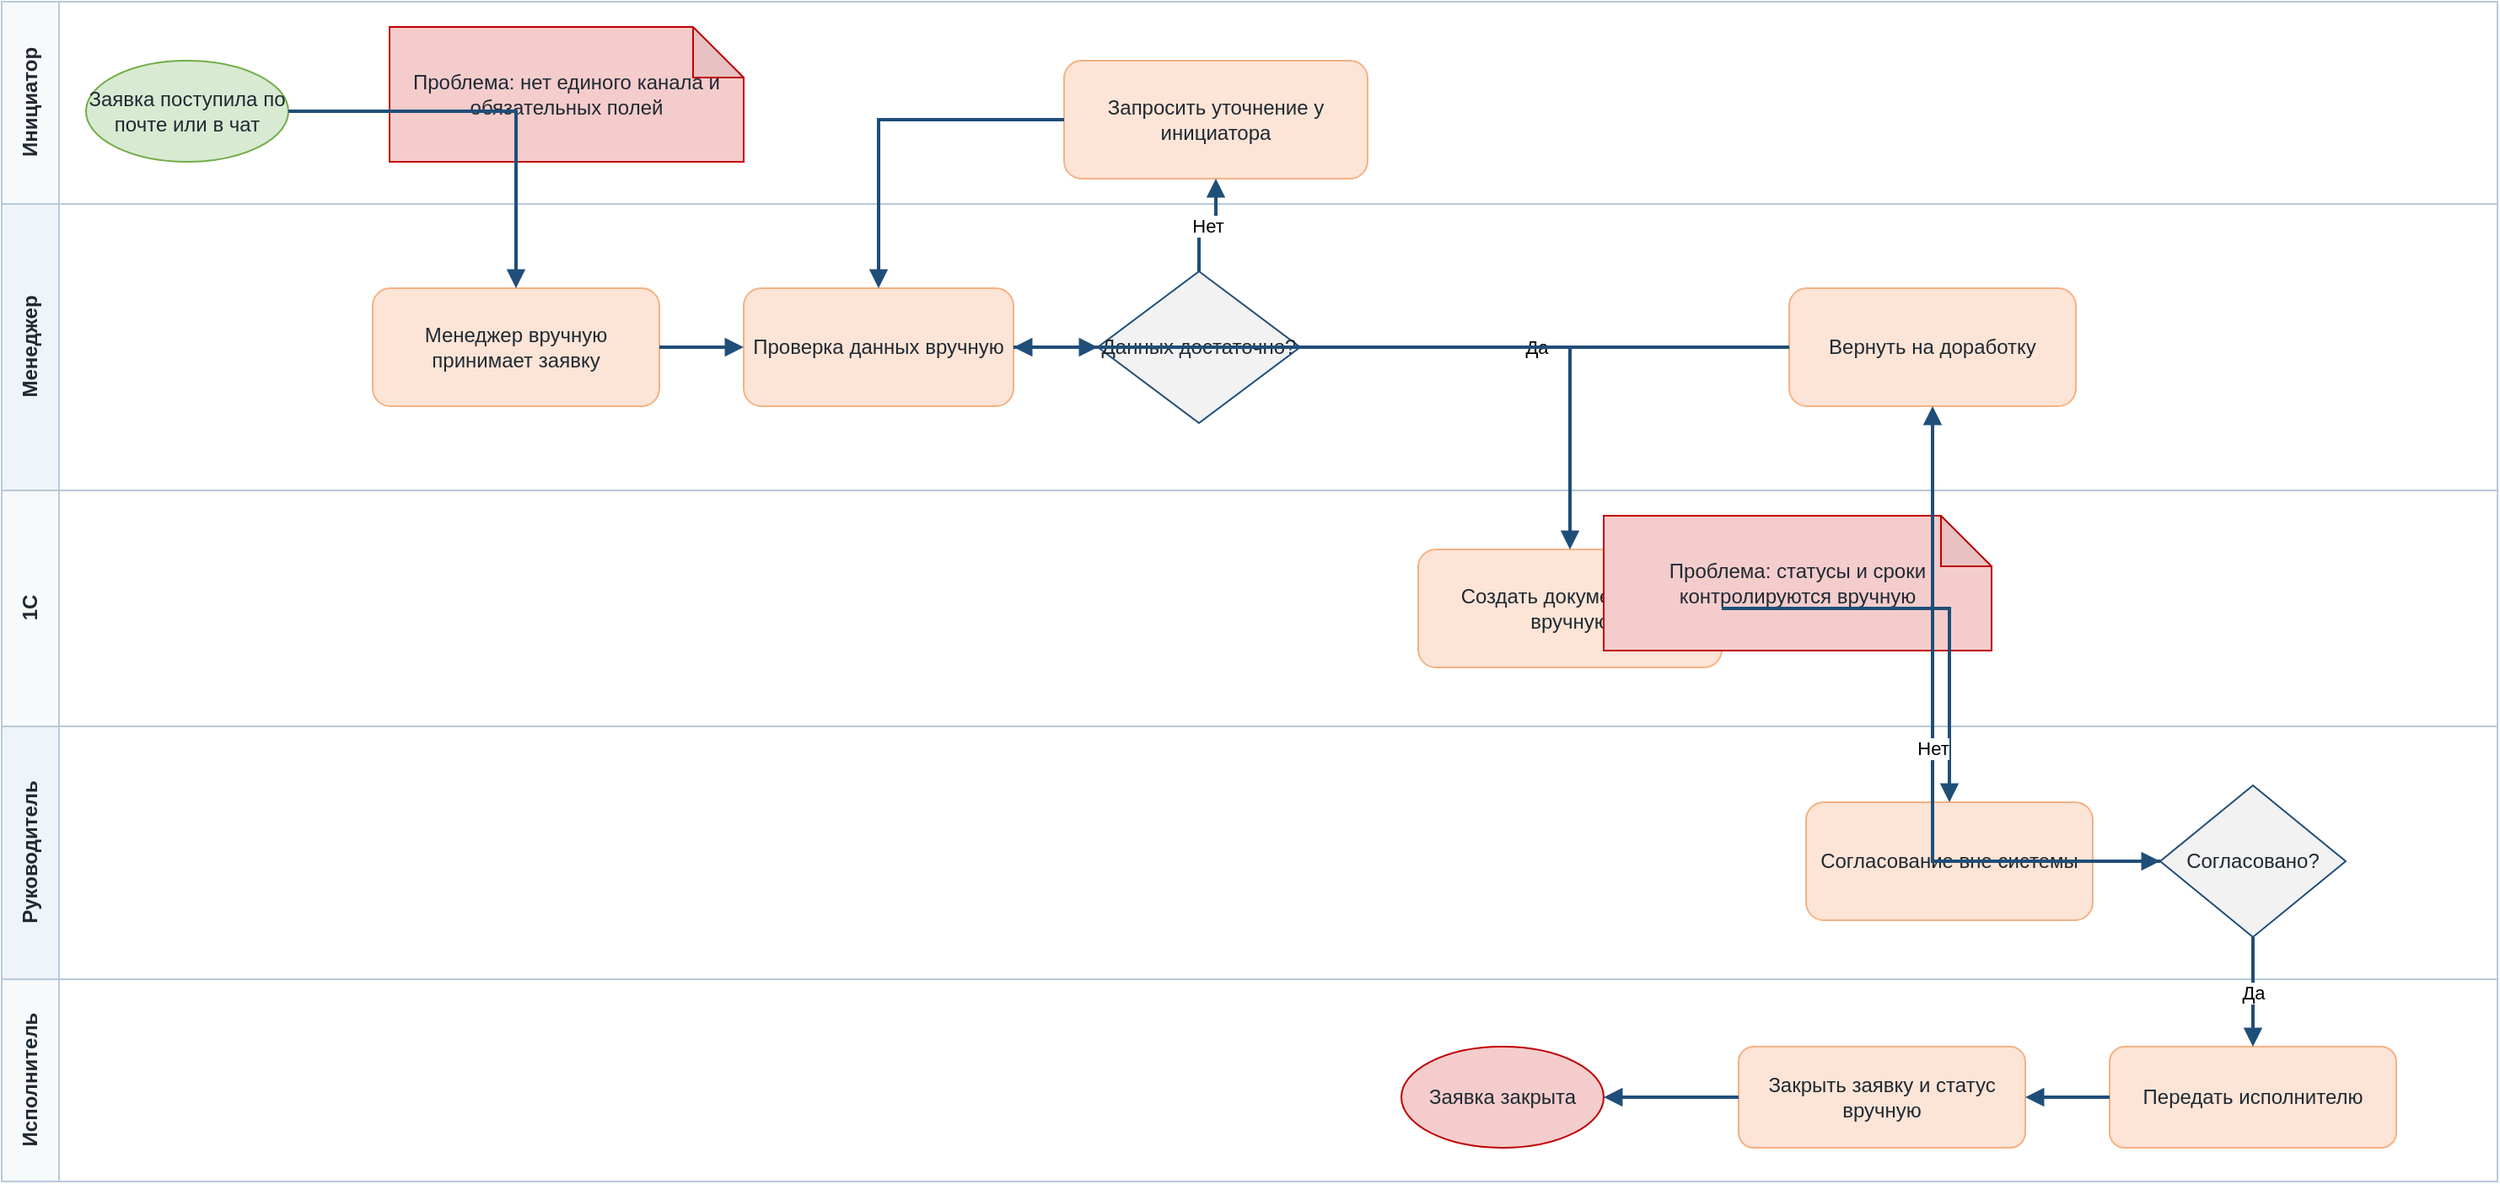
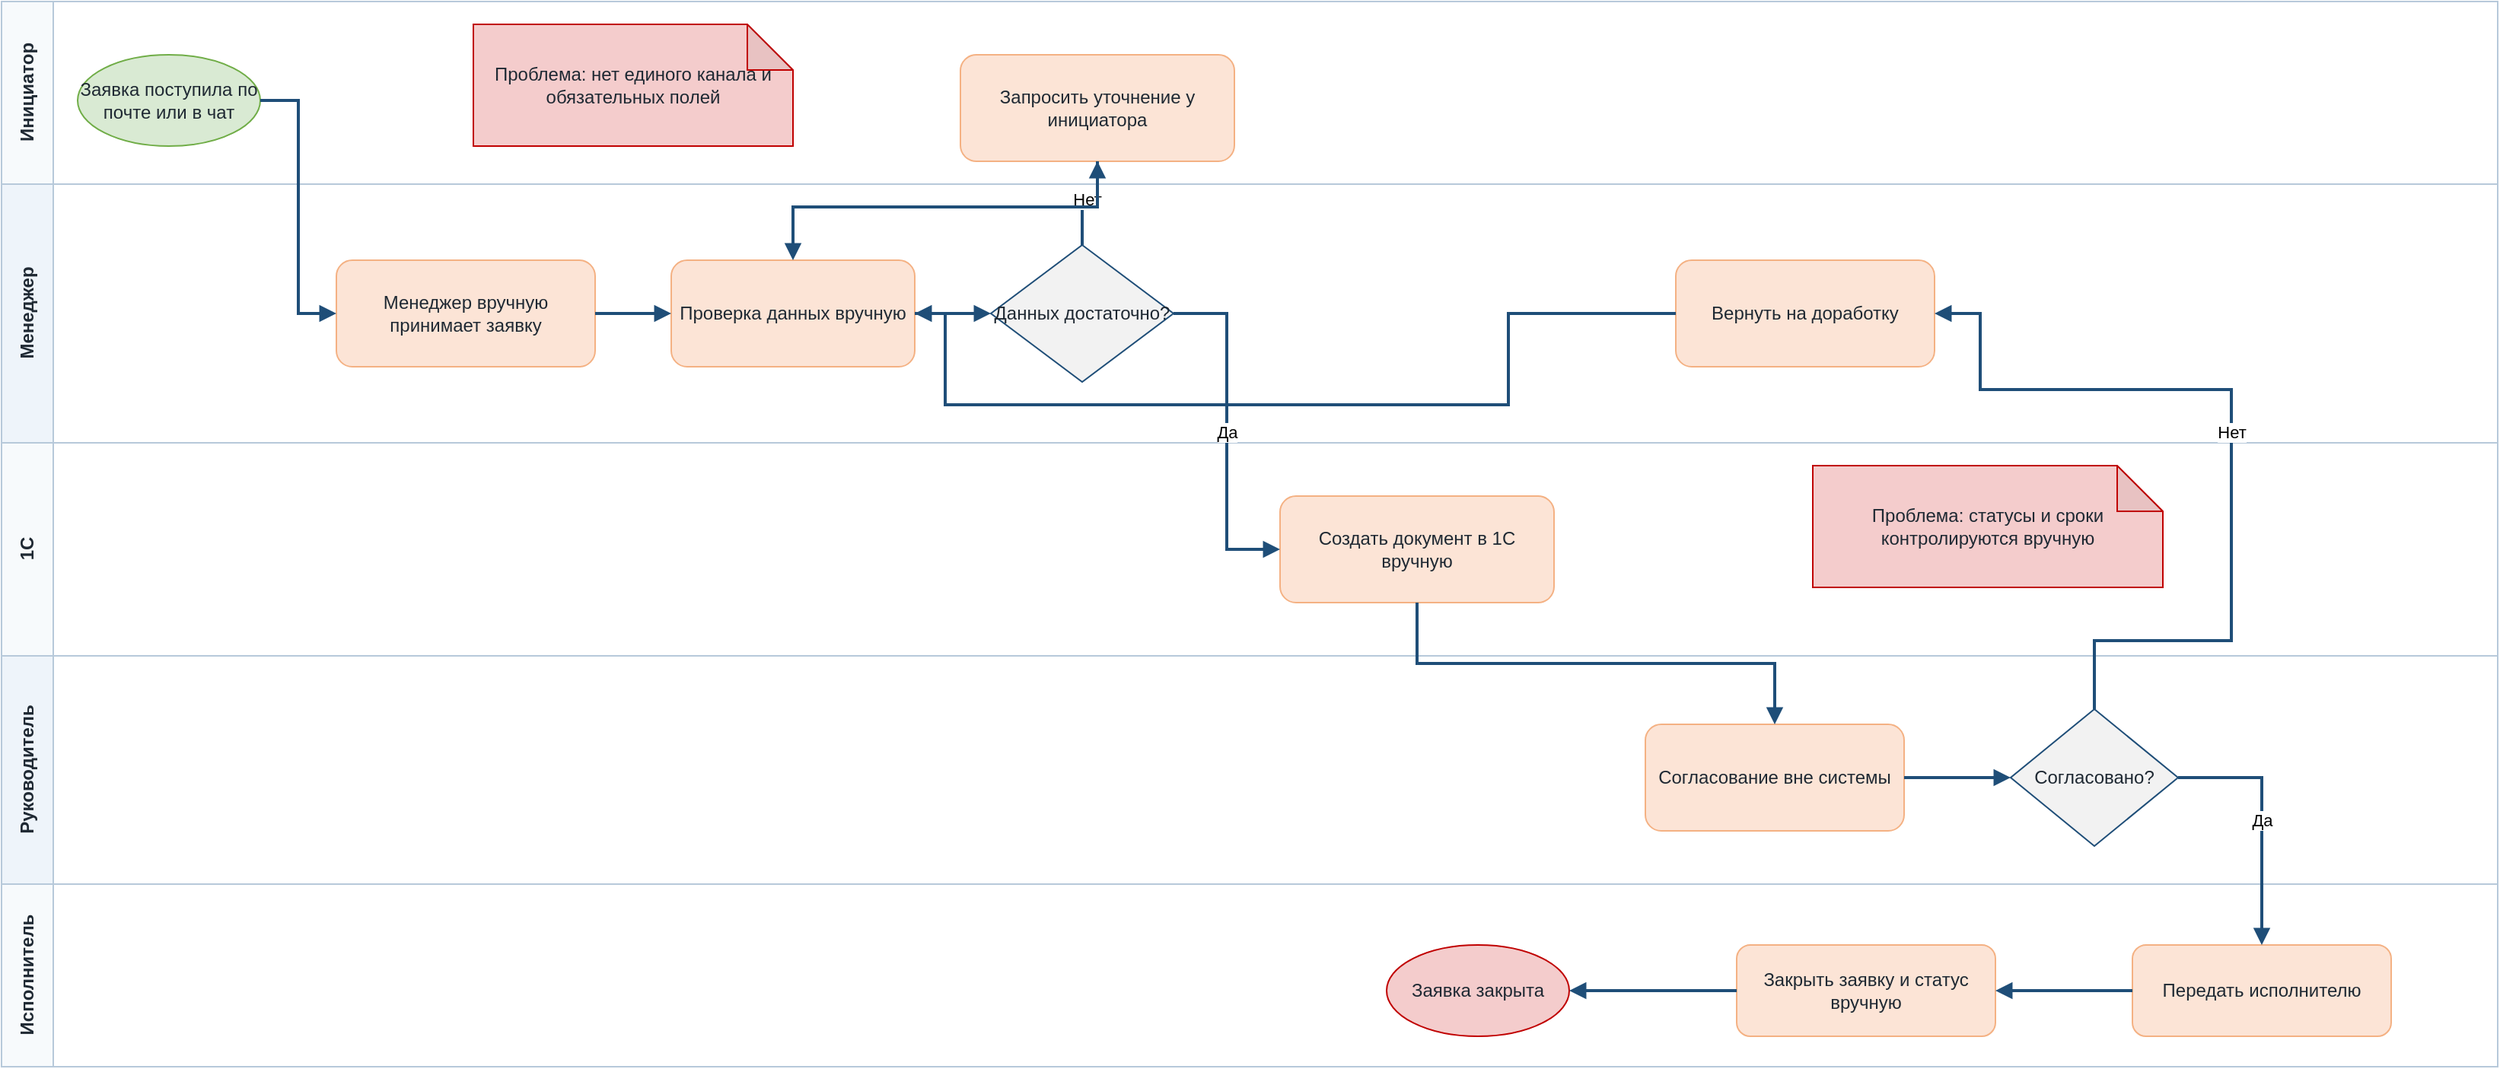
<?xml version="1.0" encoding="UTF-8"?>
<mxfile host="app.diagrams.net" modified="2026-06-25T00:00:00.000Z" agent="Codex" version="24.7.17" type="device">
  <diagram id="as-is-process" name="AS-IS process">
-     <mxGraphModel dx="1600" dy="900" grid="1" gridSize="10" guides="1" tooltips="1" connect="1" arrows="1" fold="1" page="1" pageScale="1" pageWidth="1520" pageHeight="820" math="0" shadow="0">
+     <mxGraphModel dx="1600" dy="900" grid="1" gridSize="10" guides="1" tooltips="1" connect="1" arrows="1" fold="1" page="1" pageScale="1" pageWidth="1680" pageHeight="820" math="0" shadow="0">
      <root>
        <mxCell id="0" />
        <mxCell id="1" parent="0" />
    <mxCell id="lane-client" value="Инициатор" style="swimlane;html=1;horizontal=0;startSize=34;fillColor=#F7FAFC;strokeColor=#B7C9DA;fontColor=#1F2933;fontStyle=1;" vertex="1" parent="1">
-       <mxGeometry x="20" y="80" width="1480" height="120" as="geometry" />
+       <mxGeometry x="20" y="80" width="1640" height="120" as="geometry" />
    </mxCell>
    <mxCell id="lane-manager" value="Менеджер" style="swimlane;html=1;horizontal=0;startSize=34;fillColor=#EEF4FA;strokeColor=#B7C9DA;fontColor=#1F2933;fontStyle=1;" vertex="1" parent="1">
-       <mxGeometry x="20" y="200" width="1480" height="170" as="geometry" />
+       <mxGeometry x="20" y="200" width="1640" height="170" as="geometry" />
    </mxCell>
    <mxCell id="lane-1c" value="1С" style="swimlane;html=1;horizontal=0;startSize=34;fillColor=#F7FAFC;strokeColor=#B7C9DA;fontColor=#1F2933;fontStyle=1;" vertex="1" parent="1">
-       <mxGeometry x="20" y="370" width="1480" height="140" as="geometry" />
+       <mxGeometry x="20" y="370" width="1640" height="140" as="geometry" />
    </mxCell>
    <mxCell id="lane-head" value="Руководитель" style="swimlane;html=1;horizontal=0;startSize=34;fillColor=#EEF4FA;strokeColor=#B7C9DA;fontColor=#1F2933;fontStyle=1;" vertex="1" parent="1">
-       <mxGeometry x="20" y="510" width="1480" height="150" as="geometry" />
+       <mxGeometry x="20" y="510" width="1640" height="150" as="geometry" />
    </mxCell>
    <mxCell id="lane-exec" value="Исполнитель" style="swimlane;html=1;horizontal=0;startSize=34;fillColor=#F7FAFC;strokeColor=#B7C9DA;fontColor=#1F2933;fontStyle=1;" vertex="1" parent="1">
-       <mxGeometry x="20" y="660" width="1480" height="120" as="geometry" />
+       <mxGeometry x="20" y="660" width="1640" height="120" as="geometry" />
    </mxCell>
    <mxCell id="as-start" value="Заявка поступила по почте или в чат" style="ellipse;whiteSpace=wrap;html=1;fillColor=#D9EAD3;strokeColor=#70AD47;fontColor=#1F2933;" vertex="1" parent="1">
      <mxGeometry x="70" y="115" width="120" height="60" as="geometry" />
    </mxCell>
    <mxCell id="as-receive" value="Менеджер вручную принимает заявку" style="rounded=1;whiteSpace=wrap;html=1;fillColor=#FCE4D6;strokeColor=#F4B183;fontColor=#1F2933;" vertex="1" parent="1">
      <mxGeometry x="240" y="250" width="170" height="70" as="geometry" />
    </mxCell>
    <mxCell id="as-check" value="Проверка данных вручную" style="rounded=1;whiteSpace=wrap;html=1;fillColor=#FCE4D6;strokeColor=#F4B183;fontColor=#1F2933;" vertex="1" parent="1">
      <mxGeometry x="460" y="250" width="160" height="70" as="geometry" />
    </mxCell>
    <mxCell id="as-gateway-data" value="Данных достаточно?" style="rhombus;whiteSpace=wrap;html=1;fillColor=#F2F2F2;strokeColor=#1F4E78;fontColor=#1F2933;" vertex="1" parent="1">
      <mxGeometry x="670" y="240" width="120" height="90" as="geometry" />
    </mxCell>
    <mxCell id="as-clarify" value="Запросить уточнение у инициатора" style="rounded=1;whiteSpace=wrap;html=1;fillColor=#FCE4D6;strokeColor=#F4B183;fontColor=#1F2933;" vertex="1" parent="1">
      <mxGeometry x="650" y="115" width="180" height="70" as="geometry" />
    </mxCell>
    <mxCell id="as-create-1c" value="Создать документ в 1С вручную" style="rounded=1;whiteSpace=wrap;html=1;fillColor=#FCE4D6;strokeColor=#F4B183;fontColor=#1F2933;" vertex="1" parent="1">
      <mxGeometry x="860" y="405" width="180" height="70" as="geometry" />
    </mxCell>
    <mxCell id="as-approve" value="Согласование вне системы" style="rounded=1;whiteSpace=wrap;html=1;fillColor=#FCE4D6;strokeColor=#F4B183;fontColor=#1F2933;" vertex="1" parent="1">
-       <mxGeometry x="1090" y="555" width="170" height="70" as="geometry" />
+       <mxGeometry x="1100" y="555" width="170" height="70" as="geometry" />
    </mxCell>
    <mxCell id="as-gateway-approve" value="Согласовано?" style="rhombus;whiteSpace=wrap;html=1;fillColor=#F2F2F2;strokeColor=#1F4E78;fontColor=#1F2933;" vertex="1" parent="1">
-       <mxGeometry x="1300" y="545" width="110" height="90" as="geometry" />
+       <mxGeometry x="1340" y="545" width="110" height="90" as="geometry" />
    </mxCell>
    <mxCell id="as-rework" value="Вернуть на доработку" style="rounded=1;whiteSpace=wrap;html=1;fillColor=#FCE4D6;strokeColor=#F4B183;fontColor=#1F2933;" vertex="1" parent="1">
-       <mxGeometry x="1080" y="250" width="170" height="70" as="geometry" />
+       <mxGeometry x="1120" y="250" width="170" height="70" as="geometry" />
    </mxCell>
    <mxCell id="as-execute" value="Передать исполнителю" style="rounded=1;whiteSpace=wrap;html=1;fillColor=#FCE4D6;strokeColor=#F4B183;fontColor=#1F2933;" vertex="1" parent="1">
-       <mxGeometry x="1270" y="700" width="170" height="60" as="geometry" />
+       <mxGeometry x="1420" y="700" width="170" height="60" as="geometry" />
    </mxCell>
    <mxCell id="as-close" value="Закрыть заявку и статус вручную" style="rounded=1;whiteSpace=wrap;html=1;fillColor=#FCE4D6;strokeColor=#F4B183;fontColor=#1F2933;" vertex="1" parent="1">
-       <mxGeometry x="1050" y="700" width="170" height="60" as="geometry" />
+       <mxGeometry x="1160" y="700" width="170" height="60" as="geometry" />
    </mxCell>
    <mxCell id="as-end" value="Заявка закрыта" style="ellipse;whiteSpace=wrap;html=1;fillColor=#F4CCCC;strokeColor=#C00000;fontColor=#1F2933;" vertex="1" parent="1">
-       <mxGeometry x="850" y="700" width="120" height="60" as="geometry" />
+       <mxGeometry x="930" y="700" width="120" height="60" as="geometry" />
    </mxCell>
    <mxCell id="as-note-1" value="Проблема: нет единого канала и обязательных полей" style="shape=note;whiteSpace=wrap;html=1;backgroundOutline=1;darkOpacity=0.05;fillColor=#F4CCCC;strokeColor=#C00000;fontColor=#1F2933;" vertex="1" parent="1">
-       <mxGeometry x="250" y="95" width="210" height="80" as="geometry" />
+       <mxGeometry x="330" y="95" width="210" height="80" as="geometry" />
    </mxCell>
    <mxCell id="as-note-2" value="Проблема: статусы и сроки контролируются вручную" style="shape=note;whiteSpace=wrap;html=1;backgroundOutline=1;darkOpacity=0.05;fillColor=#F4CCCC;strokeColor=#C00000;fontColor=#1F2933;" vertex="1" parent="1">
-       <mxGeometry x="970" y="385" width="230" height="80" as="geometry" />
+       <mxGeometry x="1210" y="385" width="230" height="80" as="geometry" />
    </mxCell>
-     <mxCell id="e1" value="" style="edgeStyle=orthogonalEdgeStyle;rounded=0;orthogonalLoop=1;jettySize=auto;html=1;strokeColor=#1F4E78;strokeWidth=2;endArrow=block;endFill=1;" edge="1" parent="1" source="as-start" target="as-receive">
-       <mxGeometry relative="1" as="geometry" />
+     <mxCell id="e1" value="" style="edgeStyle=orthogonalEdgeStyle;rounded=0;orthogonalLoop=1;jettySize=auto;html=1;exitX=1;exitY=0.5;entryX=0;entryY=0.5;strokeColor=#1F4E78;strokeWidth=2;endArrow=block;endFill=1;" edge="1" parent="1" source="as-start" target="as-receive">
+       <mxGeometry relative="1" as="geometry">
+         <Array as="points">
+           <mxPoint x="215" y="145" />
+           <mxPoint x="215" y="285" />
+         </Array>
+       </mxGeometry>
    </mxCell>
-     <mxCell id="e2" value="" style="edgeStyle=orthogonalEdgeStyle;rounded=0;orthogonalLoop=1;jettySize=auto;html=1;strokeColor=#1F4E78;strokeWidth=2;endArrow=block;endFill=1;" edge="1" parent="1" source="as-receive" target="as-check">
-       <mxGeometry relative="1" as="geometry" />
+     <mxCell id="e2" value="" style="edgeStyle=orthogonalEdgeStyle;rounded=0;orthogonalLoop=1;jettySize=auto;html=1;exitX=1;exitY=0.5;entryX=0;entryY=0.5;strokeColor=#1F4E78;strokeWidth=2;endArrow=block;endFill=1;" edge="1" parent="1" source="as-receive" target="as-check">
+       <mxGeometry relative="1" as="geometry">
+       </mxGeometry>
    </mxCell>
-     <mxCell id="e3" value="" style="edgeStyle=orthogonalEdgeStyle;rounded=0;orthogonalLoop=1;jettySize=auto;html=1;strokeColor=#1F4E78;strokeWidth=2;endArrow=block;endFill=1;" edge="1" parent="1" source="as-check" target="as-gateway-data">
-       <mxGeometry relative="1" as="geometry" />
+     <mxCell id="e3" value="" style="edgeStyle=orthogonalEdgeStyle;rounded=0;orthogonalLoop=1;jettySize=auto;html=1;exitX=1;exitY=0.5;entryX=0;entryY=0.5;strokeColor=#1F4E78;strokeWidth=2;endArrow=block;endFill=1;" edge="1" parent="1" source="as-check" target="as-gateway-data">
+       <mxGeometry relative="1" as="geometry">
+       </mxGeometry>
    </mxCell>
-     <mxCell id="e4" value="Нет" style="edgeStyle=orthogonalEdgeStyle;rounded=0;orthogonalLoop=1;jettySize=auto;html=1;strokeColor=#1F4E78;strokeWidth=2;endArrow=block;endFill=1;" edge="1" parent="1" source="as-gateway-data" target="as-clarify">
-       <mxGeometry relative="1" as="geometry" />
+     <mxCell id="e4" value="Нет" style="edgeStyle=orthogonalEdgeStyle;rounded=0;orthogonalLoop=1;jettySize=auto;html=1;exitX=0.5;exitY=0;entryX=0.5;entryY=1;strokeColor=#1F4E78;strokeWidth=2;endArrow=block;endFill=1;" edge="1" parent="1" source="as-gateway-data" target="as-clarify">
+       <mxGeometry relative="1" as="geometry">
+         <Array as="points">
+           <mxPoint x="730" y="210" />
+           <mxPoint x="740" y="210" />
+         </Array>
+       </mxGeometry>
    </mxCell>
-     <mxCell id="e5" value="" style="edgeStyle=orthogonalEdgeStyle;rounded=0;orthogonalLoop=1;jettySize=auto;html=1;strokeColor=#1F4E78;strokeWidth=2;endArrow=block;endFill=1;" edge="1" parent="1" source="as-clarify" target="as-check">
-       <mxGeometry relative="1" as="geometry" />
+     <mxCell id="e5" value="" style="edgeStyle=orthogonalEdgeStyle;rounded=0;orthogonalLoop=1;jettySize=auto;html=1;exitX=0.5;exitY=1;entryX=0.5;entryY=0;strokeColor=#1F4E78;strokeWidth=2;endArrow=block;endFill=1;" edge="1" parent="1" source="as-clarify" target="as-check">
+       <mxGeometry relative="1" as="geometry">
+         <Array as="points">
+           <mxPoint x="740" y="215" />
+           <mxPoint x="540" y="215" />
+         </Array>
+       </mxGeometry>
    </mxCell>
-     <mxCell id="e6" value="Да" style="edgeStyle=orthogonalEdgeStyle;rounded=0;orthogonalLoop=1;jettySize=auto;html=1;strokeColor=#1F4E78;strokeWidth=2;endArrow=block;endFill=1;" edge="1" parent="1" source="as-gateway-data" target="as-create-1c">
-       <mxGeometry relative="1" as="geometry" />
+     <mxCell id="e6" value="Да" style="edgeStyle=orthogonalEdgeStyle;rounded=0;orthogonalLoop=1;jettySize=auto;html=1;exitX=1;exitY=0.5;entryX=0;entryY=0.5;strokeColor=#1F4E78;strokeWidth=2;endArrow=block;endFill=1;" edge="1" parent="1" source="as-gateway-data" target="as-create-1c">
+       <mxGeometry relative="1" as="geometry">
+         <Array as="points">
+           <mxPoint x="825" y="285" />
+           <mxPoint x="825" y="440" />
+         </Array>
+       </mxGeometry>
    </mxCell>
-     <mxCell id="e7" value="" style="edgeStyle=orthogonalEdgeStyle;rounded=0;orthogonalLoop=1;jettySize=auto;html=1;strokeColor=#1F4E78;strokeWidth=2;endArrow=block;endFill=1;" edge="1" parent="1" source="as-create-1c" target="as-approve">
-       <mxGeometry relative="1" as="geometry" />
+     <mxCell id="e7" value="" style="edgeStyle=orthogonalEdgeStyle;rounded=0;orthogonalLoop=1;jettySize=auto;html=1;exitX=0.5;exitY=1;entryX=0.5;entryY=0;strokeColor=#1F4E78;strokeWidth=2;endArrow=block;endFill=1;" edge="1" parent="1" source="as-create-1c" target="as-approve">
+       <mxGeometry relative="1" as="geometry">
+         <Array as="points">
+           <mxPoint x="950" y="515" />
+           <mxPoint x="1185" y="515" />
+         </Array>
+       </mxGeometry>
    </mxCell>
-     <mxCell id="e8" value="" style="edgeStyle=orthogonalEdgeStyle;rounded=0;orthogonalLoop=1;jettySize=auto;html=1;strokeColor=#1F4E78;strokeWidth=2;endArrow=block;endFill=1;" edge="1" parent="1" source="as-approve" target="as-gateway-approve">
-       <mxGeometry relative="1" as="geometry" />
+     <mxCell id="e8" value="" style="edgeStyle=orthogonalEdgeStyle;rounded=0;orthogonalLoop=1;jettySize=auto;html=1;exitX=1;exitY=0.5;entryX=0;entryY=0.5;strokeColor=#1F4E78;strokeWidth=2;endArrow=block;endFill=1;" edge="1" parent="1" source="as-approve" target="as-gateway-approve">
+       <mxGeometry relative="1" as="geometry">
+       </mxGeometry>
    </mxCell>
-     <mxCell id="e9" value="Нет" style="edgeStyle=orthogonalEdgeStyle;rounded=0;orthogonalLoop=1;jettySize=auto;html=1;strokeColor=#1F4E78;strokeWidth=2;endArrow=block;endFill=1;" edge="1" parent="1" source="as-gateway-approve" target="as-rework">
-       <mxGeometry relative="1" as="geometry" />
+     <mxCell id="e9" value="Нет" style="edgeStyle=orthogonalEdgeStyle;rounded=0;orthogonalLoop=1;jettySize=auto;html=1;exitX=0.5;exitY=0;entryX=1;entryY=0.5;strokeColor=#1F4E78;strokeWidth=2;endArrow=block;endFill=1;" edge="1" parent="1" source="as-gateway-approve" target="as-rework">
+       <mxGeometry relative="1" as="geometry">
+         <Array as="points">
+           <mxPoint x="1395" y="500" />
+           <mxPoint x="1485" y="500" />
+           <mxPoint x="1485" y="335" />
+           <mxPoint x="1320" y="335" />
+           <mxPoint x="1320" y="285" />
+         </Array>
+       </mxGeometry>
    </mxCell>
-     <mxCell id="e10" value="" style="edgeStyle=orthogonalEdgeStyle;rounded=0;orthogonalLoop=1;jettySize=auto;html=1;strokeColor=#1F4E78;strokeWidth=2;endArrow=block;endFill=1;" edge="1" parent="1" source="as-rework" target="as-check">
-       <mxGeometry relative="1" as="geometry" />
+     <mxCell id="e10" value="" style="edgeStyle=orthogonalEdgeStyle;rounded=0;orthogonalLoop=1;jettySize=auto;html=1;exitX=0;exitY=0.5;entryX=1;entryY=0.5;strokeColor=#1F4E78;strokeWidth=2;endArrow=block;endFill=1;" edge="1" parent="1" source="as-rework" target="as-check">
+       <mxGeometry relative="1" as="geometry">
+         <Array as="points">
+           <mxPoint x="1010" y="285" />
+           <mxPoint x="1010" y="345" />
+           <mxPoint x="640" y="345" />
+         </Array>
+       </mxGeometry>
    </mxCell>
-     <mxCell id="e11" value="Да" style="edgeStyle=orthogonalEdgeStyle;rounded=0;orthogonalLoop=1;jettySize=auto;html=1;strokeColor=#1F4E78;strokeWidth=2;endArrow=block;endFill=1;" edge="1" parent="1" source="as-gateway-approve" target="as-execute">
-       <mxGeometry relative="1" as="geometry" />
+     <mxCell id="e11" value="Да" style="edgeStyle=orthogonalEdgeStyle;rounded=0;orthogonalLoop=1;jettySize=auto;html=1;exitX=1;exitY=0.5;entryX=0.5;entryY=0;strokeColor=#1F4E78;strokeWidth=2;endArrow=block;endFill=1;" edge="1" parent="1" source="as-gateway-approve" target="as-execute">
+       <mxGeometry relative="1" as="geometry">
+         <Array as="points">
+           <mxPoint x="1505" y="590" />
+           <mxPoint x="1505" y="680" />
+         </Array>
+       </mxGeometry>
    </mxCell>
-     <mxCell id="e12" value="" style="edgeStyle=orthogonalEdgeStyle;rounded=0;orthogonalLoop=1;jettySize=auto;html=1;strokeColor=#1F4E78;strokeWidth=2;endArrow=block;endFill=1;" edge="1" parent="1" source="as-execute" target="as-close">
-       <mxGeometry relative="1" as="geometry" />
+     <mxCell id="e12" value="" style="edgeStyle=orthogonalEdgeStyle;rounded=0;orthogonalLoop=1;jettySize=auto;html=1;exitX=0;exitY=0.5;entryX=1;entryY=0.5;strokeColor=#1F4E78;strokeWidth=2;endArrow=block;endFill=1;" edge="1" parent="1" source="as-execute" target="as-close">
+       <mxGeometry relative="1" as="geometry">
+       </mxGeometry>
    </mxCell>
-     <mxCell id="e13" value="" style="edgeStyle=orthogonalEdgeStyle;rounded=0;orthogonalLoop=1;jettySize=auto;html=1;strokeColor=#1F4E78;strokeWidth=2;endArrow=block;endFill=1;" edge="1" parent="1" source="as-close" target="as-end">
-       <mxGeometry relative="1" as="geometry" />
+     <mxCell id="e13" value="" style="edgeStyle=orthogonalEdgeStyle;rounded=0;orthogonalLoop=1;jettySize=auto;html=1;exitX=0;exitY=0.5;entryX=1;entryY=0.5;strokeColor=#1F4E78;strokeWidth=2;endArrow=block;endFill=1;" edge="1" parent="1" source="as-close" target="as-end">
+       <mxGeometry relative="1" as="geometry">
+       </mxGeometry>
    </mxCell>
      </root>
    </mxGraphModel>
  </diagram>
</mxfile>
